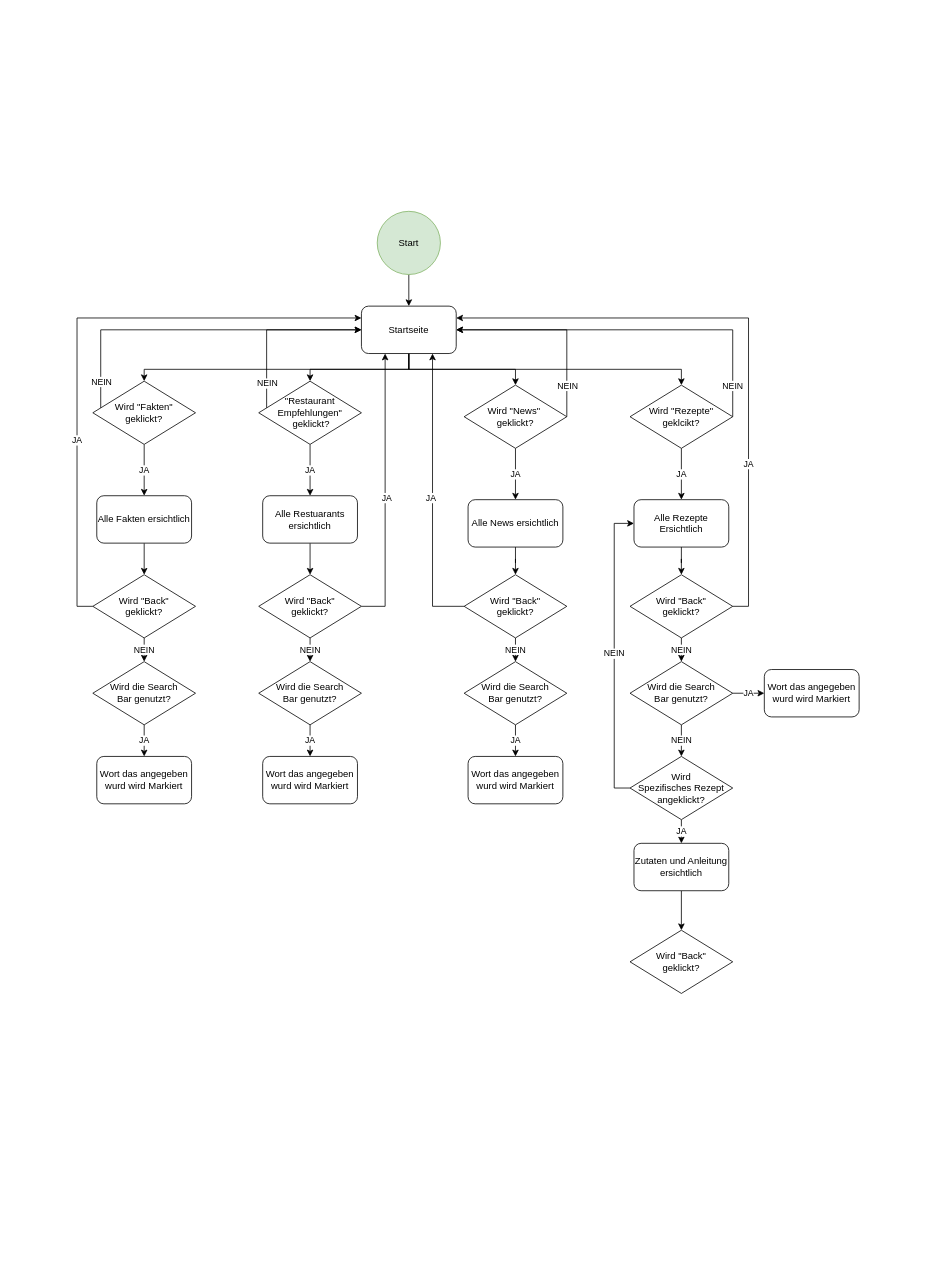
The draw.io diagram doc/Diagram/AblaufDiagram.drawio in eminaheinz/m335, before the edit. Source tidied: cells renumbered, new cells numbered last; positions are measured from the earlier drawing's top-left corner, leaving out a move shared by most shapes. Both pictures are drawn from the tidied source at 79%, with x=0, y=0 at pixel (77, 211).
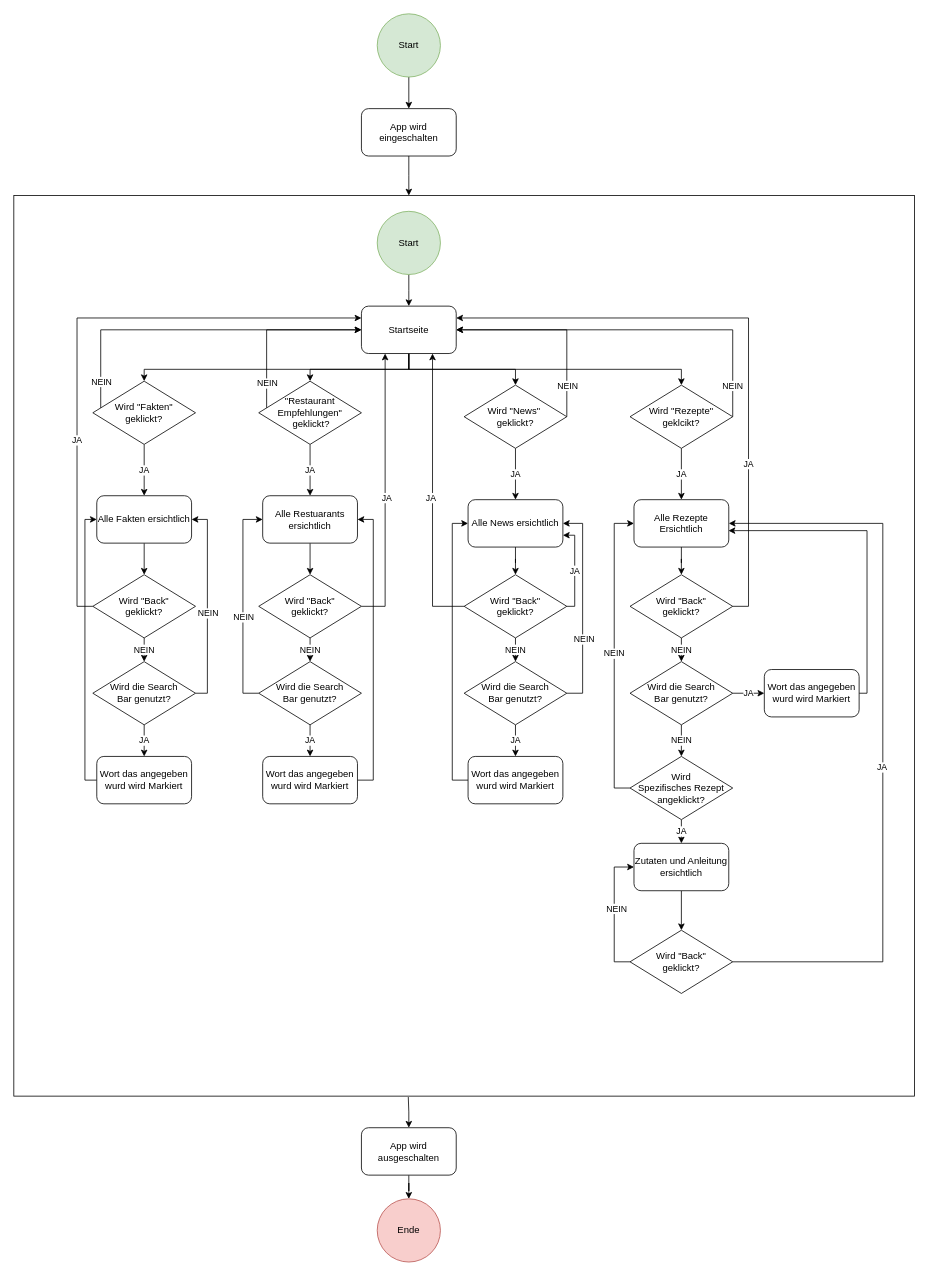
After the change.

Commit message (it also covers changes not shown here):
fertig mit diagram

Unchanged cells that the change refers to:
```xml
<mxCell id="6" value="Startseite" style="rounded=1;whiteSpace=wrap;html=1;" parent="1" vertex="1">
  <mxGeometry x="360" y="120" width="120" height="60" as="geometry" />
</mxCell>
<mxCell id="25" value="Alle Fakten ersichtlich" style="rounded=1;whiteSpace=wrap;html=1;" parent="1" vertex="1">
  <mxGeometry x="25" y="360" width="120" height="60" as="geometry" />
</mxCell>
<mxCell id="27" value="Alle Restuarants ersichtlich" style="rounded=1;whiteSpace=wrap;html=1;" parent="1" vertex="1">
  <mxGeometry x="235" y="360" width="120" height="60" as="geometry" />
</mxCell>
<mxCell id="29" value="Alle News ersichtlich" style="rounded=1;whiteSpace=wrap;html=1;" parent="1" vertex="1">
  <mxGeometry x="495" y="365" width="120" height="60" as="geometry" />
</mxCell>
<mxCell id="31" value="Alle Rezepte Ersichtlich" style="rounded=1;whiteSpace=wrap;html=1;" parent="1" vertex="1">
  <mxGeometry x="705" y="365" width="120" height="60" as="geometry" />
</mxCell>
<mxCell id="43" value="Wird &quot;Back&quot; &lt;br&gt;geklickt?" style="rhombus;whiteSpace=wrap;html=1;" parent="1" vertex="1">
  <mxGeometry x="490" y="460" width="130" height="80" as="geometry" />
</mxCell>
<mxCell id="51" value="Zutaten und Anleitung ersichtlich" style="rounded=1;whiteSpace=wrap;html=1;" parent="1" vertex="1">
  <mxGeometry x="705" y="800" width="120" height="60" as="geometry" />
</mxCell>
<mxCell id="52" value="Wird &quot;Back&quot; &lt;br&gt;geklickt?" style="rhombus;whiteSpace=wrap;html=1;" parent="1" vertex="1">
  <mxGeometry x="700" y="910" width="130" height="80" as="geometry" />
</mxCell>
<mxCell id="54" value="Wird die Search &lt;br&gt;Bar genutzt?" style="rhombus;whiteSpace=wrap;html=1;" parent="1" vertex="1">
  <mxGeometry x="490" y="570" width="130" height="80" as="geometry" />
</mxCell>
<mxCell id="56" value="Wird die Search &lt;br&gt;Bar genutzt?" style="rhombus;whiteSpace=wrap;html=1;" parent="1" vertex="1">
  <mxGeometry x="230" y="570" width="130" height="80" as="geometry" />
</mxCell>
<mxCell id="58" value="Wird die Search &lt;br&gt;Bar genutzt?" style="rhombus;whiteSpace=wrap;html=1;" parent="1" vertex="1">
  <mxGeometry x="20" y="570" width="130" height="80" as="geometry" />
</mxCell>
<mxCell id="59" value="Wort das angegeben wurd wird Markiert" style="rounded=1;whiteSpace=wrap;html=1;" parent="1" vertex="1">
  <mxGeometry x="495" y="690" width="120" height="60" as="geometry" />
</mxCell>
<mxCell id="60" value="Wort das angegeben wurd wird Markiert" style="rounded=1;whiteSpace=wrap;html=1;" parent="1" vertex="1">
  <mxGeometry x="25" y="690" width="120" height="60" as="geometry" />
</mxCell>
<mxCell id="61" value="Wort das angegeben wurd wird Markiert" style="rounded=1;whiteSpace=wrap;html=1;" parent="1" vertex="1">
  <mxGeometry x="235" y="690" width="120" height="60" as="geometry" />
</mxCell>
<mxCell id="65" value="Wort das angegeben wurd wird Markiert" style="rounded=1;whiteSpace=wrap;html=1;" parent="1" vertex="1">
  <mxGeometry x="870" y="580" width="120" height="60" as="geometry" />
</mxCell>
```

The edit, as a diff of the source:
```diff
@@
+    <mxCell id="66" style="whiteSpace=wrap;html=1;" parent="1" vertex="1">
+      <mxGeometry x="-80" y="-20" width="1140" height="1140" as="geometry" />
+    </mxCell>
@@
-    <mxCell id="7" style="edgeStyle=orthogonalEdgeStyle;rounded=0;jettySize=auto;html=1;entryX=0.5;entryY=0;entryDx=0;entryDy=0;" parent="1" edge="1" source="8" target="6">
-      <mxGeometry relative="1" as="geometry" />
-    </mxCell>
+    <mxCell id="67" style="edgeStyle=orthogonalEdgeStyle;rounded=0;jettySize=auto;html=1;entryX=0.5;entryY=0;entryDx=0;entryDy=0;" parent="1" edge="1" source="8" target="86">
+      <mxGeometry relative="1" as="geometry" />
+    </mxCell>
     <mxCell id="8" value="Start" style="ellipse;whiteSpace=wrap;html=1;fillColor=#d5e8d4;strokeColor=#82b366;" parent="1" vertex="1">
-      <mxGeometry x="380" width="80" height="80" as="geometry" />
+      <mxGeometry x="380" y="-250" width="80" height="80" as="geometry" />
     </mxCell>
@@
+    <mxCell id="68" style="edgeStyle=orthogonalEdgeStyle;rounded=0;jettySize=auto;html=1;entryX=1;entryY=0.75;entryDx=0;entryDy=0;" parent="1" edge="1" source="43" target="29">
+      <mxGeometry relative="1" as="geometry">
+        <Array as="points">
+          <mxPoint x="630" y="500" />
+          <mxPoint x="630" y="410" />
+        </Array>
+      </mxGeometry>
+    </mxCell>
+    <mxCell id="69" value="JA" style="edgeLabel;html=1;align=center;verticalAlign=middle;" parent="68" vertex="1">
+      <mxGeometry x="-0.02" y="1" relative="1" as="geometry" />
+    </mxCell>
@@
+    <mxCell id="70" style="edgeStyle=orthogonalEdgeStyle;rounded=0;jettySize=auto;html=1;entryX=1;entryY=0.5;entryDx=0;entryDy=0;" parent="1" edge="1" source="52" target="31">
+      <mxGeometry relative="1" as="geometry">
+        <Array as="points">
+          <mxPoint x="1020" y="950" />
+          <mxPoint x="1020" y="395" />
+        </Array>
+      </mxGeometry>
+    </mxCell>
+    <mxCell id="71" value="JA" style="edgeLabel;html=1;align=center;verticalAlign=middle;" parent="70" vertex="1">
+      <mxGeometry x="-0.07" y="2" relative="1" as="geometry" />
+    </mxCell>
+    <mxCell id="72" style="edgeStyle=orthogonalEdgeStyle;rounded=0;jettySize=auto;html=1;entryX=0;entryY=0.5;entryDx=0;entryDy=0;" parent="1" edge="1" source="52" target="51">
+      <mxGeometry relative="1" as="geometry">
+        <Array as="points">
+          <mxPoint x="680" y="950" />
+          <mxPoint x="680" y="830" />
+        </Array>
+      </mxGeometry>
+    </mxCell>
+    <mxCell id="73" value="NEIN" style="edgeLabel;html=1;align=center;verticalAlign=middle;" parent="72" vertex="1">
+      <mxGeometry x="0.07" y="-2" relative="1" as="geometry" />
+    </mxCell>
@@
+    <mxCell id="74" style="edgeStyle=orthogonalEdgeStyle;rounded=0;jettySize=auto;html=1;entryX=1;entryY=0.5;entryDx=0;entryDy=0;" parent="1" edge="1" source="54" target="29">
+      <mxGeometry relative="1" as="geometry">
+        <Array as="points">
+          <mxPoint x="640" y="610" />
+          <mxPoint x="640" y="395" />
+        </Array>
+      </mxGeometry>
+    </mxCell>
+    <mxCell id="75" value="NEIN" style="edgeLabel;html=1;align=center;verticalAlign=middle;" parent="74" vertex="1">
+      <mxGeometry x="-0.06" y="-1" relative="1" as="geometry">
+        <mxPoint y="33" as="offset" />
+      </mxGeometry>
+    </mxCell>
@@
+    <mxCell id="76" style="edgeStyle=orthogonalEdgeStyle;rounded=0;jettySize=auto;html=1;entryX=0;entryY=0.5;entryDx=0;entryDy=0;" parent="1" edge="1" source="56" target="27">
+      <mxGeometry relative="1" as="geometry">
+        <Array as="points">
+          <mxPoint x="210" y="610" />
+          <mxPoint x="210" y="390" />
+        </Array>
+      </mxGeometry>
+    </mxCell>
+    <mxCell id="77" value="NEIN" style="edgeLabel;html=1;align=center;verticalAlign=middle;" parent="76" vertex="1">
+      <mxGeometry x="-0.12" relative="1" as="geometry" />
+    </mxCell>
@@
+    <mxCell id="78" style="edgeStyle=orthogonalEdgeStyle;rounded=0;jettySize=auto;html=1;entryX=1;entryY=0.5;entryDx=0;entryDy=0;" parent="1" edge="1" source="58" target="25">
+      <mxGeometry relative="1" as="geometry">
+        <Array as="points">
+          <mxPoint x="165" y="610" />
+          <mxPoint x="165" y="390" />
+        </Array>
+      </mxGeometry>
+    </mxCell>
+    <mxCell id="79" value="NEIN" style="edgeLabel;html=1;align=center;verticalAlign=middle;" parent="78" vertex="1">
+      <mxGeometry x="-0.08" relative="1" as="geometry" />
+    </mxCell>
@@
+    <mxCell id="80" style="edgeStyle=orthogonalEdgeStyle;rounded=0;jettySize=auto;html=1;entryX=0;entryY=0.5;entryDx=0;entryDy=0;" parent="1" edge="1" source="59" target="29">
+      <mxGeometry relative="1" as="geometry">
+        <Array as="points">
+          <mxPoint x="475" y="720" />
+          <mxPoint x="475" y="395" />
+        </Array>
+      </mxGeometry>
+    </mxCell>
@@
+    <mxCell id="81" style="edgeStyle=orthogonalEdgeStyle;rounded=0;jettySize=auto;html=1;entryX=0;entryY=0.5;entryDx=0;entryDy=0;" parent="1" edge="1" source="60" target="25">
+      <mxGeometry relative="1" as="geometry">
+        <Array as="points">
+          <mxPoint x="10" y="720" />
+          <mxPoint x="10" y="390" />
+        </Array>
+      </mxGeometry>
+    </mxCell>
@@
+    <mxCell id="82" style="edgeStyle=orthogonalEdgeStyle;rounded=0;jettySize=auto;html=1;entryX=1;entryY=0.5;entryDx=0;entryDy=0;" parent="1" edge="1" source="61" target="27">
+      <mxGeometry relative="1" as="geometry">
+        <Array as="points">
+          <mxPoint x="375" y="720" />
+          <mxPoint x="375" y="390" />
+        </Array>
+      </mxGeometry>
+    </mxCell>
@@
+    <mxCell id="83" style="edgeStyle=orthogonalEdgeStyle;rounded=0;jettySize=auto;html=1;entryX=0.997;entryY=0.653;entryDx=0;entryDy=0;entryPerimeter=0;" parent="1" edge="1" source="65" target="31">
+      <mxGeometry relative="1" as="geometry">
+        <Array as="points">
+          <mxPoint x="1000" y="610" />
+          <mxPoint x="1000" y="404" />
+        </Array>
+      </mxGeometry>
+    </mxCell>
@@
+    <mxCell id="84" value="Ende" style="ellipse;whiteSpace=wrap;html=1;fillColor=#f8cecc;strokeColor=#b85450;" parent="1" vertex="1">
+      <mxGeometry x="380" y="1250" width="80" height="80" as="geometry" />
+    </mxCell>
+    <mxCell id="85" style="edgeStyle=orthogonalEdgeStyle;rounded=0;jettySize=auto;html=1;" parent="1" edge="1" source="86">
+      <mxGeometry relative="1" as="geometry">
+        <mxPoint x="420" y="-20" as="targetPoint" />
+      </mxGeometry>
+    </mxCell>
+    <mxCell id="86" value="App wird eingeschalten" style="rounded=1;whiteSpace=wrap;html=1;" parent="1" vertex="1">
+      <mxGeometry x="360" y="-130" width="120" height="60" as="geometry" />
+    </mxCell>
+    <mxCell id="87" style="edgeStyle=orthogonalEdgeStyle;rounded=0;jettySize=auto;html=1;entryX=0.438;entryY=1.001;entryDx=0;entryDy=0;entryPerimeter=0;startArrow=classic;startFill=1;endArrow=none;endFill=0;" parent="1" edge="1" source="89" target="66">
+      <mxGeometry relative="1" as="geometry" />
+    </mxCell>
+    <mxCell id="88" style="edgeStyle=orthogonalEdgeStyle;rounded=0;jettySize=auto;html=1;" parent="1" edge="1" source="89" target="84">
+      <mxGeometry relative="1" as="geometry" />
+    </mxCell>
+    <mxCell id="89" value="App wird ausgeschalten" style="rounded=1;whiteSpace=wrap;html=1;" parent="1" vertex="1">
+      <mxGeometry x="360" y="1160" width="120" height="60" as="geometry" />
+    </mxCell>
+    <mxCell id="90" style="edgeStyle=orthogonalEdgeStyle;rounded=0;jettySize=auto;html=1;entryX=0.5;entryY=0;entryDx=0;entryDy=0;" parent="1" edge="1" source="91">
+      <mxGeometry relative="1" as="geometry">
+        <mxPoint x="420" y="120" as="targetPoint" />
+      </mxGeometry>
+    </mxCell>
+    <mxCell id="91" value="Start" style="ellipse;whiteSpace=wrap;html=1;fillColor=#d5e8d4;strokeColor=#82b366;" parent="1" vertex="1">
+      <mxGeometry x="380" width="80" height="80" as="geometry" />
+    </mxCell>
```
